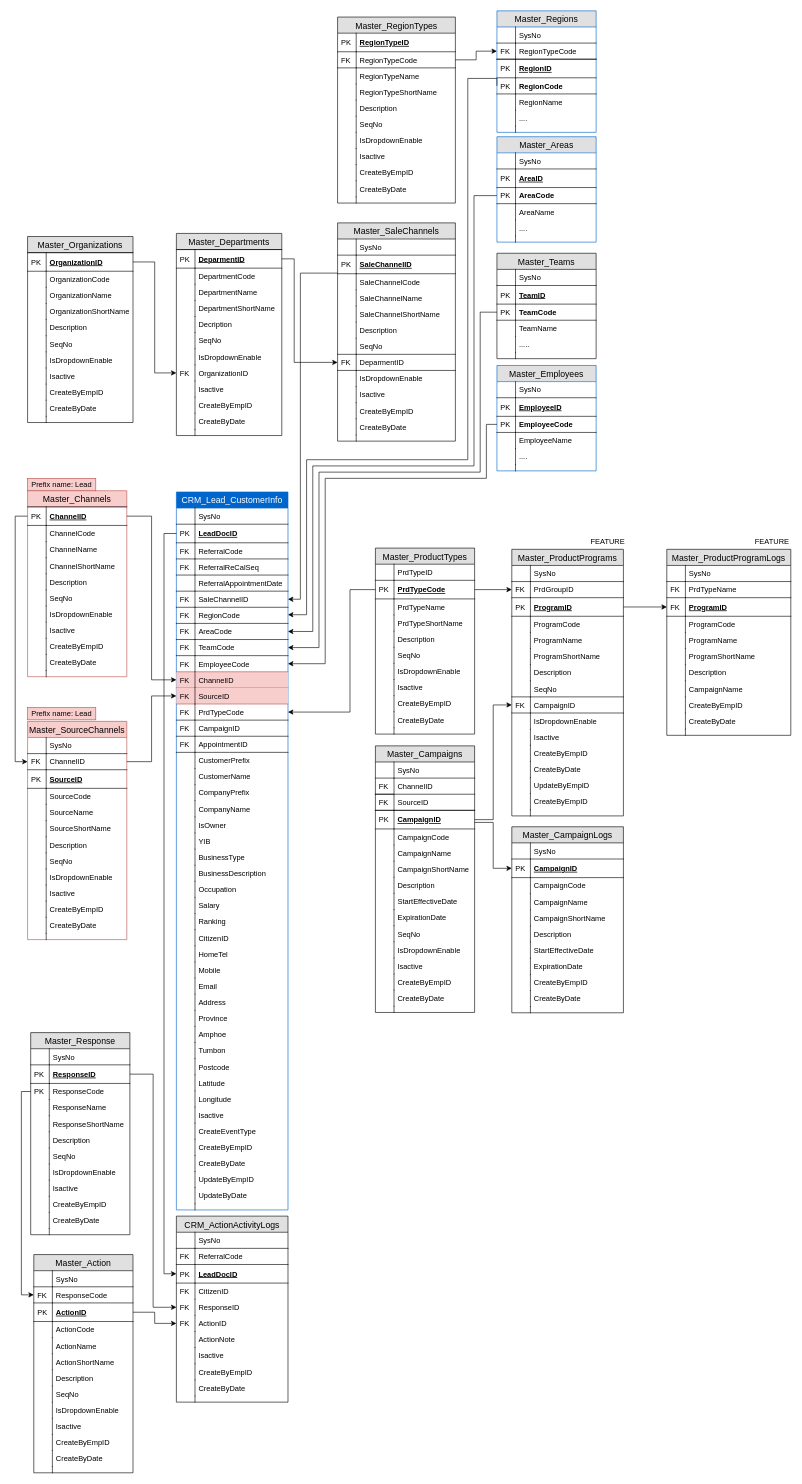
The draw.io diagram Lead Management ER.drawio in NatthapongNar/Diagram, before the edit. Source tidied: cells renumbered, new cells numbered last; positions are measured from the earlier drawing's top-left corner, leaving out a move shared by most shapes. Both pictures are drawn from the tidied source at 62%, with x=0, y=0 at pixel (21, 11).
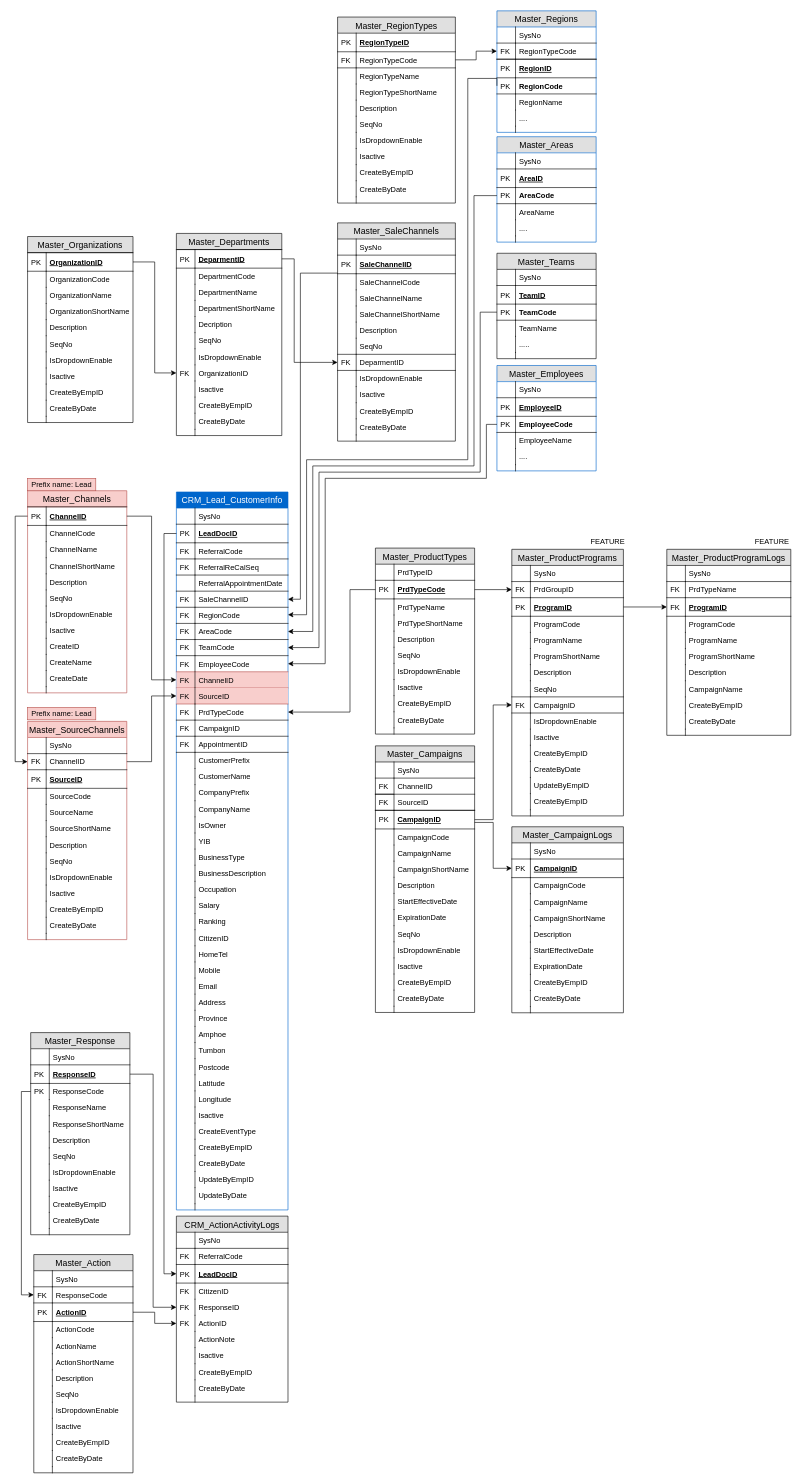
The same page after the edit.

The edit, as a diff of the source:
```diff
@@
     <mxCell id="134" value="Master_Channels" style="swimlane;fontStyle=0;horizontal=1;startSize=26;fillColor=#f8cecc;swimlaneFillColor=#ffffff;align=center;fontSize=14;strokeColor=#b85450;" parent="1" vertex="1">
-      <mxGeometry x="10" y="774" width="160" height="300" as="geometry" />
+      <mxGeometry x="10" y="774" width="160" height="326" as="geometry" />
     </mxCell>
@@
-    <mxCell id="151" value="CreateByEmpID" style="shape=partialRectangle;top=0;left=0;right=0;bottom=0;align=left;verticalAlign=top;fillColor=none;spacingLeft=34;spacingRight=4;overflow=hidden;fontSize=12;" parent="134" vertex="1">
+    <mxCell id="151" value="CreateID" style="shape=partialRectangle;top=0;left=0;right=0;bottom=0;align=left;verticalAlign=top;fillColor=none;spacingLeft=34;spacingRight=4;overflow=hidden;fontSize=12;" parent="134" vertex="1">
       <mxGeometry y="238" width="160" height="26" as="geometry" />
     </mxCell>
@@
+    <mxCell id="527" value="CreateName" style="shape=partialRectangle;top=0;left=0;right=0;bottom=0;align=left;verticalAlign=top;fillColor=none;spacingLeft=34;spacingRight=4;overflow=hidden;fontSize=12;" parent="134" vertex="1">
+      <mxGeometry y="264" width="160" height="26" as="geometry" />
+    </mxCell>
+    <mxCell id="528" style="shape=partialRectangle;top=0;left=0;bottom=0;fillColor=none;align=left;verticalAlign=top;spacingLeft=4;spacingRight=4;overflow=hidden;fontSize=12;" parent="527" vertex="1">
+      <mxGeometry width="30" height="26" as="geometry" />
+    </mxCell>
-    <mxCell id="153" value="CreateByDate" style="shape=partialRectangle;top=0;left=0;right=0;bottom=0;align=left;verticalAlign=top;fillColor=none;spacingLeft=34;spacingRight=4;overflow=hidden;fontSize=12;" parent="134" vertex="1">
-      <mxGeometry y="264" width="160" height="26" as="geometry" />
+    <mxCell id="153" value="CreateDate" style="shape=partialRectangle;top=0;left=0;right=0;bottom=0;align=left;verticalAlign=top;fillColor=none;spacingLeft=34;spacingRight=4;overflow=hidden;fontSize=12;" parent="134" vertex="1">
+      <mxGeometry y="290" width="160" height="26" as="geometry" />
     </mxCell>
@@
     <mxCell id="155" style="shape=partialRectangle;top=0;left=0;right=0;bottom=0;align=left;verticalAlign=top;fillColor=none;spacingLeft=34;spacingRight=4;overflow=hidden;fontSize=12;" parent="134" vertex="1">
-      <mxGeometry y="290" width="160" height="10" as="geometry" />
+      <mxGeometry y="316" width="160" height="10" as="geometry" />
     </mxCell>
```
